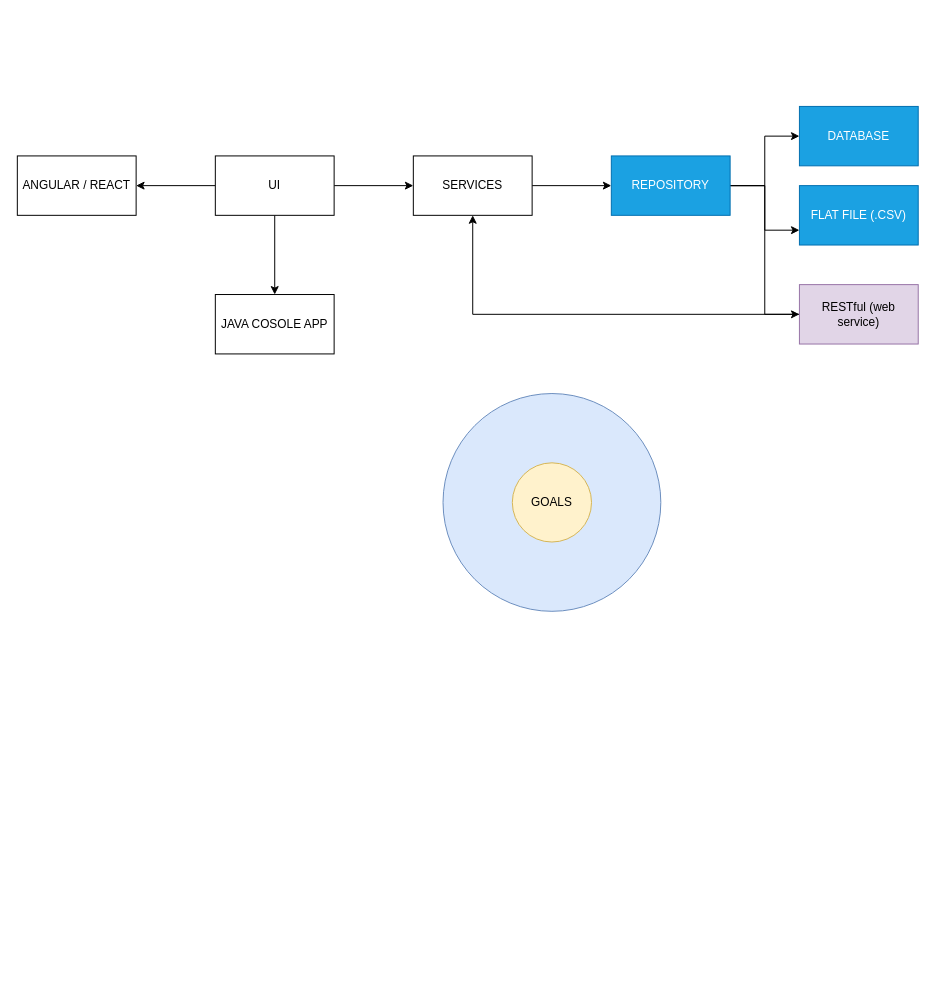
Before: page "LAYERED ARCHITECTURE" (2 of 2) of java/diagrams/java-workflow.drawio in aukokyong/jfs-master, a draw.io diagram. Source tidied: cells renumbered, new cells numbered last; positions are measured from the earlier drawing's top-left corner, leaving out a move shared by most shapes. Both pictures are drawn from the tidied source at 99%, with x=0, y=0 at pixel (17, 106).
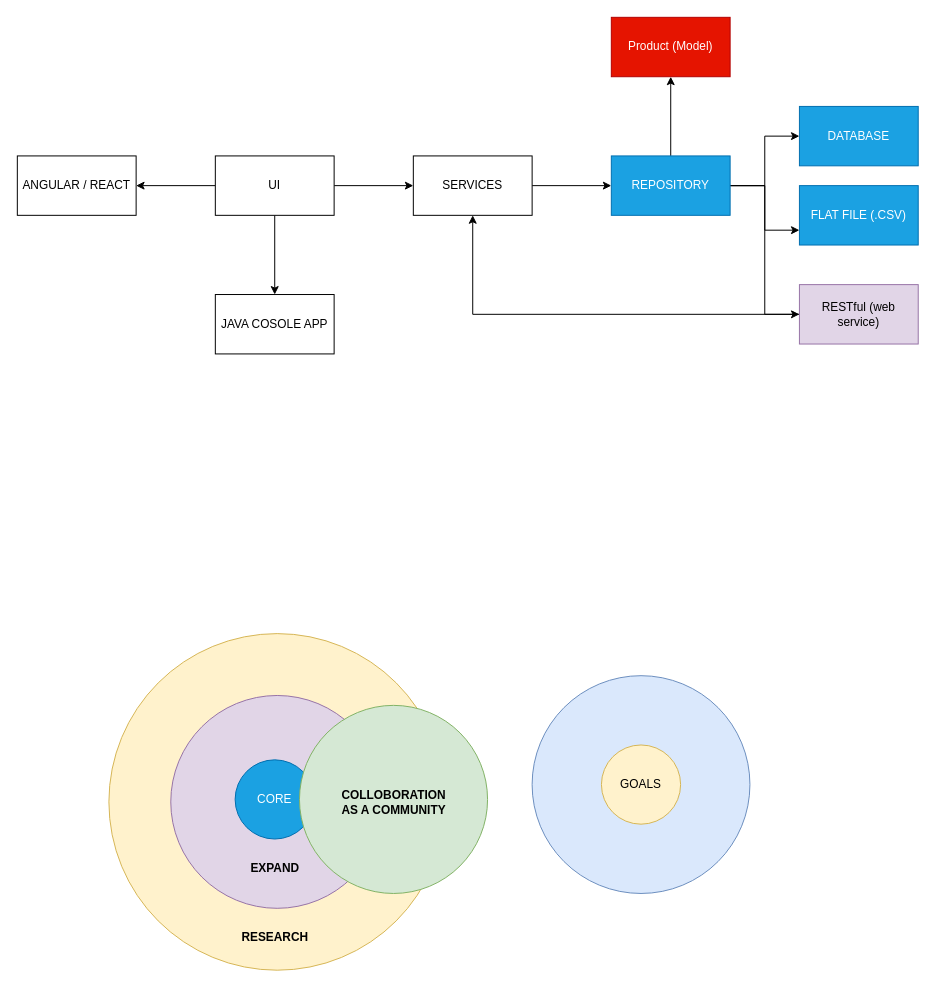
Above is the later version.

The change refers to these unchanged cells:
```xml
<mxCell id="14" value="REPOSITORY" style="rounded=0;whiteSpace=wrap;html=1;fillColor=#1ba1e2;strokeColor=#006EAF;fontColor=#ffffff;" parent="1" vertex="1">
  <mxGeometry x="600" y="50" width="120" height="60" as="geometry" />
</mxCell>
```

What changed in the source:
```diff
@@
+    <mxCell id="20" style="ellipse;whiteSpace=wrap;html=1;fillColor=#fff2cc;strokeColor=#d6b656;" parent="1" vertex="1">
+      <mxGeometry x="92.5" y="532.5" width="340" height="340" as="geometry" />
+    </mxCell>
+    <mxCell id="21" style="ellipse;whiteSpace=wrap;html=1;fillColor=#e1d5e7;strokeColor=#9673a6;" parent="1" vertex="1">
+      <mxGeometry x="155" y="595" width="215" height="215" as="geometry" />
+    </mxCell>
     <mxCell id="2" style="ellipse;whiteSpace=wrap;html=1;fillColor=#dae8fc;strokeColor=#6c8ebf;" parent="1" vertex="1">
-      <mxGeometry x="430" y="290" width="220" height="220" as="geometry" />
+      <mxGeometry x="520" y="575" width="220" height="220" as="geometry" />
     </mxCell>
@@
+    <mxCell id="22" style="edgeStyle=orthogonalEdgeStyle;rounded=0;jettySize=auto;html=1;" parent="1" edge="1" source="14" target="28">
+      <mxGeometry relative="1" as="geometry" />
+    </mxCell>
@@
     <mxCell id="16" value="GOALS" style="ellipse;whiteSpace=wrap;html=1;fillColor=#fff2cc;strokeColor=#d6b656;" parent="1" vertex="1">
-      <mxGeometry x="500" y="360" width="80" height="80" as="geometry" />
+      <mxGeometry x="590" y="645" width="80" height="80" as="geometry" />
     </mxCell>
@@
+    <mxCell id="23" value="CORE" style="ellipse;whiteSpace=wrap;html=1;fillColor=#1ba1e2;strokeColor=#006EAF;fontColor=#ffffff;" parent="1" vertex="1">
+      <mxGeometry x="220" y="660" width="80" height="80" as="geometry" />
+    </mxCell>
+    <mxCell id="24" value="EXPAND" style="text;html=1;align=center;verticalAlign=middle;fontStyle=1;" parent="1" vertex="1">
+      <mxGeometry x="230" y="760" width="60" height="20" as="geometry" />
+    </mxCell>
+    <mxCell id="25" value="RESEARCH" style="text;html=1;align=center;verticalAlign=middle;fontStyle=1;" parent="1" vertex="1">
+      <mxGeometry x="220" y="830" width="80" height="20" as="geometry" />
+    </mxCell>
+    <mxCell id="26" style="ellipse;whiteSpace=wrap;html=1;fillColor=#d5e8d4;strokeColor=#82b366;" parent="1" vertex="1">
+      <mxGeometry x="285" y="605" width="190" height="190" as="geometry" />
+    </mxCell>
+    <mxCell id="27" value="COLLOBORATION &lt;br&gt;AS A COMMUNITY" style="text;html=1;align=center;verticalAlign=middle;fontStyle=1;" parent="1" vertex="1">
+      <mxGeometry x="320" y="687.5" width="120" height="30" as="geometry" />
+    </mxCell>
+    <mxCell id="28" value="Product (Model)" style="rounded=0;whiteSpace=wrap;html=1;fillColor=#e51400;strokeColor=#B20000;fontColor=#ffffff;" parent="1" vertex="1">
+      <mxGeometry x="600" y="-90" width="120" height="60" as="geometry" />
+    </mxCell>
```
